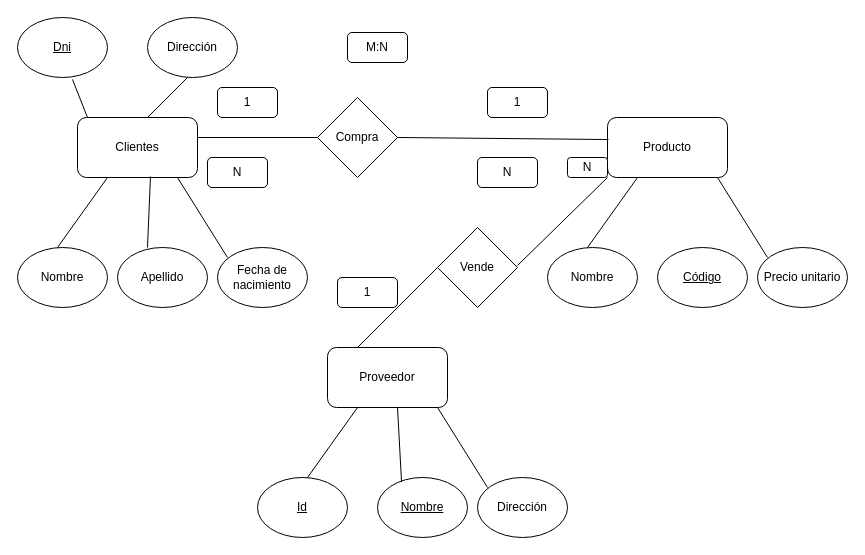
kevinld93/Diagramas keeps this draw.io diagram as Ej1.drawio. Above is the earlier version. Source tidied: cells renumbered, new cells numbered last; positions are measured from the earlier drawing's top-left corner, leaving out a move shared by most shapes. Both pictures are drawn from the tidied source at 100%, with x=0, y=0 at pixel (17, 17).
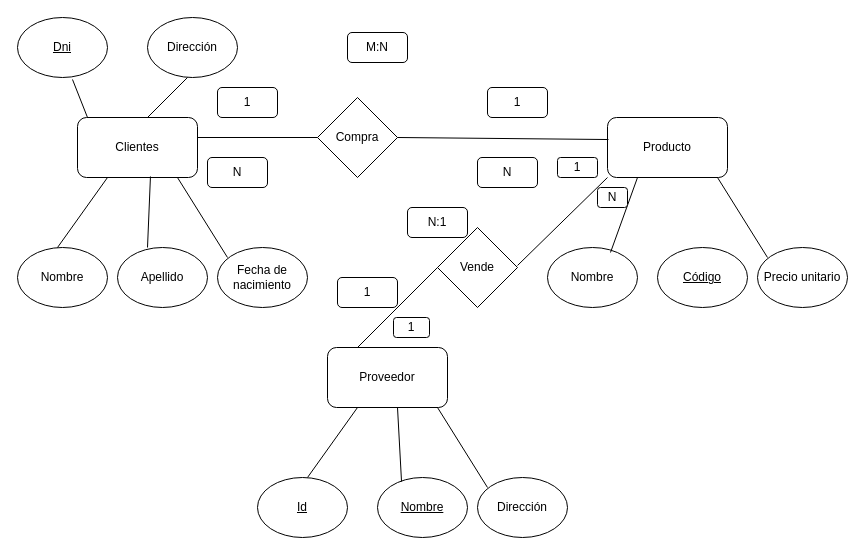
Above is the later version.

The change refers to these unchanged cells:
```xml
<mxCell id="16" value="Nombre" style="ellipse;whiteSpace=wrap;html=1;" parent="1" vertex="1">
  <mxGeometry x="530" y="230" width="90" height="60" as="geometry" />
</mxCell>
```

Change to the diagram source:
```diff
@@
-    <mxCell id="18" style="endArrow=none;html=1;rounded=0;entryX=0.25;entryY=1;entryDx=0;entryDy=0;" parent="1" edge="1">
+    <mxCell id="18" style="endArrow=none;html=1;rounded=0;entryX=0.25;entryY=1;entryDx=0;entryDy=0;exitX=0.7;exitY=0.083;exitDx=0;exitDy=0;exitPerimeter=0;" parent="1" edge="1" source="16">
       <mxGeometry relative="1" as="geometry">
-        <mxPoint x="570" y="230" as="sourcePoint" />
         <mxPoint x="620" y="160" as="targetPoint" />
       </mxGeometry>
     </mxCell>
@@
     <mxCell id="37" value="N" style="rounded=1;whiteSpace=wrap;html=1;" parent="1" vertex="1">
-      <mxGeometry x="550" y="140" width="40" height="20" as="geometry" />
+      <mxGeometry x="580" y="170" width="30" height="20" as="geometry" />
     </mxCell>
@@
+    <mxCell id="39" value="1" style="rounded=1;whiteSpace=wrap;html=1;" parent="1" vertex="1">
+      <mxGeometry x="376" y="300" width="36" height="20" as="geometry" />
+    </mxCell>
+    <mxCell id="40" value="1" style="rounded=1;whiteSpace=wrap;html=1;" parent="1" vertex="1">
+      <mxGeometry x="540" y="140" width="40" height="20" as="geometry" />
+    </mxCell>
+    <mxCell id="41" value="N:1" style="rounded=1;whiteSpace=wrap;html=1;" parent="1" vertex="1">
+      <mxGeometry x="390" y="190" width="60" height="30" as="geometry" />
+    </mxCell>
```
